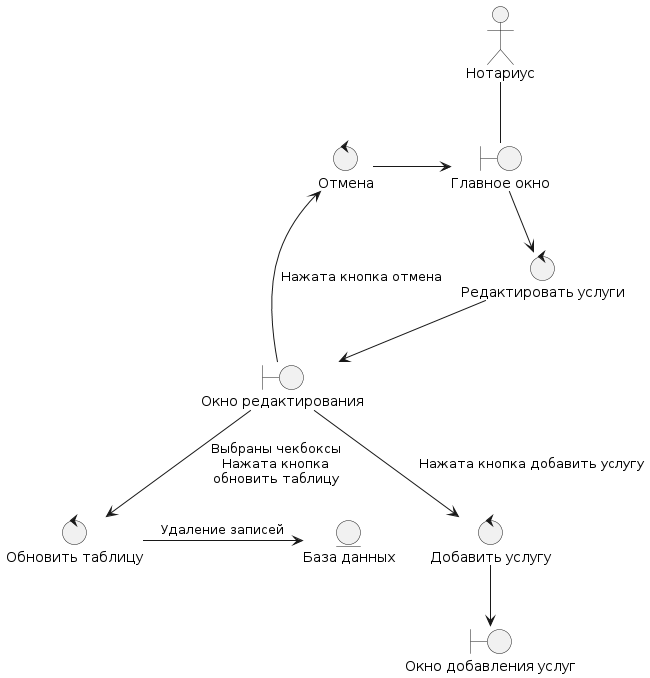
Above: Diagrams/images/Prigodnost/NotUpdate.png in Student7751/CourseWork (PlantUML), before the change.
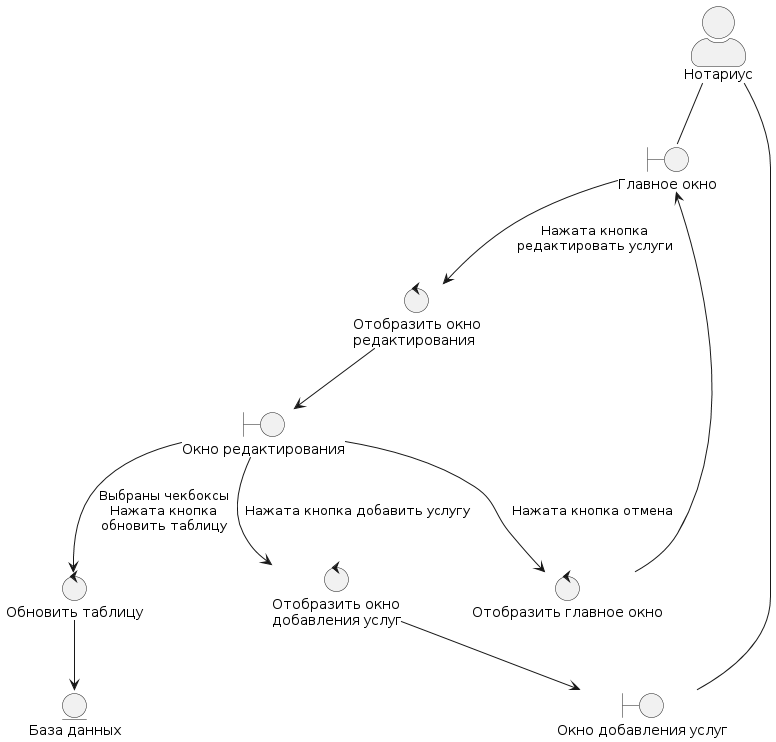
The same file after the commit.

The edit, as a diff of the source:
```diff
@@ -1,4 +1,6 @@
 @startuml
+skinparam actorStyle awesome
+
 boundary "Главное окно" as main_window
 boundary "Окно редактирования" as edit_window
 boundary "Окно добавления услуг" as add_window
@@ -7,19 +9,23 @@
 
 Entity "База данных" as DB
 
-control "Редактировать услуги" as edit_control
+control "Отобразить окно\nредактирования" as edit_control
 control "Обновить таблицу" as refresh_control
-control "Добавить услугу" as add_control
-control "Отмена" as cancel_control
+control "Отобразить окно\nдобавления услуг" as add_control
+control "Отобразить главное окно" as cancel_control
+
 
 user -- main_window
 
-main_window --> edit_control
+main_window --> edit_control: Нажата кнопка\nредактировать услуги
 edit_window --> cancel_control: Нажата кнопка отмена
-cancel_control -> main_window
+cancel_control --> main_window
 edit_control --> edit_window
 edit_window --> refresh_control: Выбраны чекбоксы\nНажата кнопка\nобновить таблицу
-refresh_control -> DB: Удаление записей
+
+refresh_control --> DB
 edit_window --> add_control: Нажата кнопка добавить услугу
 add_control --> add_window
+
+add_window -up- user
 @enduml
```
